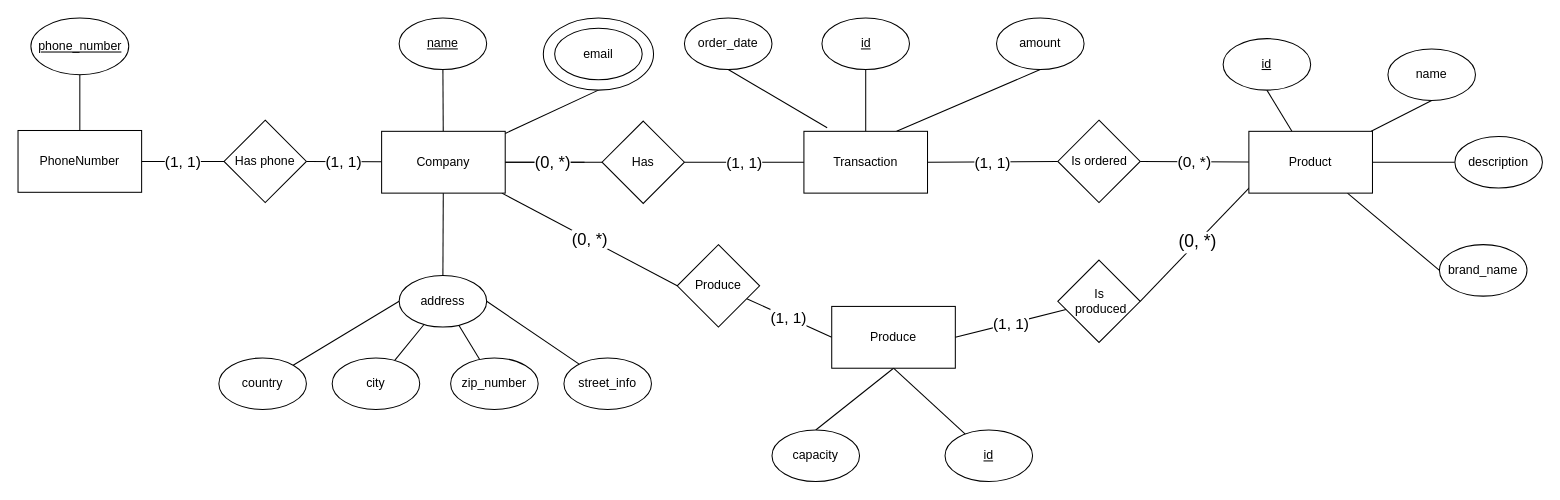
Before: docs/er.drawio in semwett0301/db_homework_2, a draw.io diagram. Source tidied: cells renumbered, new cells numbered last; positions are measured from the earlier drawing's top-left corner, leaving out a move shared by most shapes. Both pictures are drawn from the tidied source at 103%, with x=0, y=0 at pixel (18, 18).
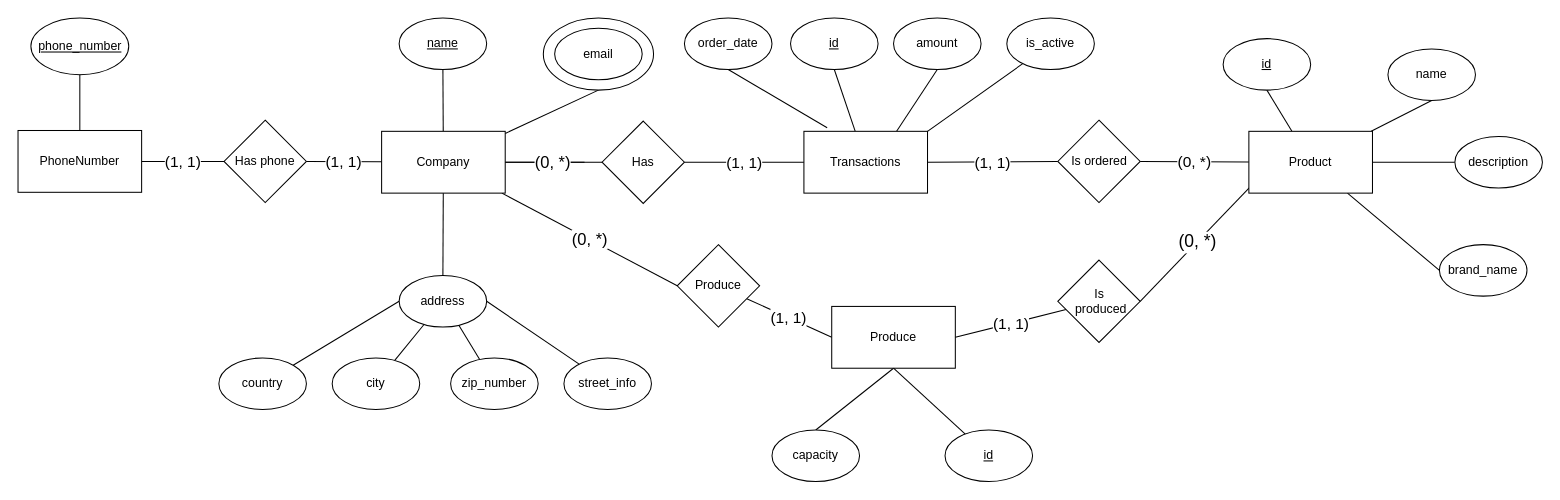
The same diagram, later.

Change to the diagram source:
```diff
@@
     <mxCell id="37" value="amount" style="ellipse;whiteSpace=wrap;html=1;" parent="1" vertex="1">
-      <mxGeometry x="950" width="85" height="50" as="geometry" />
+      <mxGeometry x="850" width="85" height="50" as="geometry" />
     </mxCell>
@@
-    <mxCell id="49" value="Transaction" style="rounded=0;whiteSpace=wrap;html=1;" parent="1" vertex="1">
+    <mxCell id="49" value="Transactions" style="rounded=0;whiteSpace=wrap;html=1;" parent="1" vertex="1">
       <mxGeometry x="763" y="110" width="120" height="60" as="geometry" />
     </mxCell>
@@
     <mxCell id="51" value="&lt;u&gt;id&lt;/u&gt;" style="ellipse;whiteSpace=wrap;html=1;fontStyle=0;" parent="1" vertex="1">
-      <mxGeometry x="780.5" width="85" height="50" as="geometry" />
+      <mxGeometry x="750" width="85" height="50" as="geometry" />
     </mxCell>
@@
+    <mxCell id="59" style="rounded=0;jettySize=auto;html=1;entryX=1;entryY=0;entryDx=0;entryDy=0;endArrow=none;endFill=0;" parent="1" edge="1" source="60" target="49">
+      <mxGeometry relative="1" as="geometry" />
+    </mxCell>
+    <mxCell id="60" value="is_active" style="ellipse;whiteSpace=wrap;html=1;" parent="1" vertex="1">
+      <mxGeometry x="960" width="85" height="50" as="geometry" />
+    </mxCell>
```
